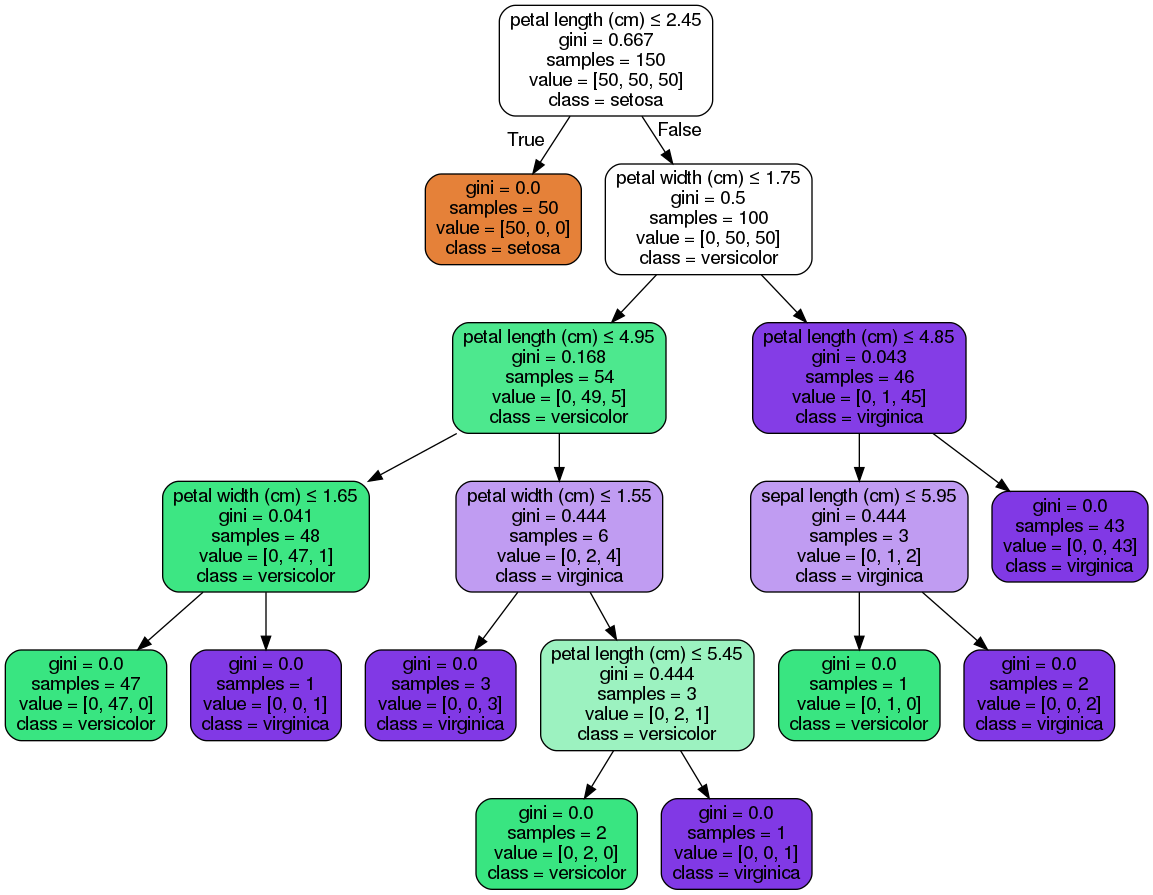
Earlier version of the Graphviz export 5 - Random Forests/iris_dt.png (erachelson/IntroML). Its source is kept beside it as 5 - Random Forests/iris_dt.dot. Its diagram source:
```dot
digraph Tree {
node [shape=box, style="filled, rounded", color="black", fontname=helvetica] ;
edge [fontname=helvetica] ;
0 [label=<petal length (cm) &le; 2.45<br/>gini = 0.667<br/>samples = 150<br/>value = [50, 50, 50]<br/>class = setosa>, fillcolor="#e5813900"] ;
1 [label=<gini = 0.0<br/>samples = 50<br/>value = [50, 0, 0]<br/>class = setosa>, fillcolor="#e58139ff"] ;
0 -> 1 [labeldistance=2.5, labelangle=45, headlabel="True"] ;
2 [label=<petal width (cm) &le; 1.75<br/>gini = 0.5<br/>samples = 100<br/>value = [0, 50, 50]<br/>class = versicolor>, fillcolor="#39e58100"] ;
0 -> 2 [labeldistance=2.5, labelangle=-45, headlabel="False"] ;
3 [label=<petal length (cm) &le; 4.95<br/>gini = 0.168<br/>samples = 54<br/>value = [0, 49, 5]<br/>class = versicolor>, fillcolor="#39e581e5"] ;
2 -> 3 ;
4 [label=<petal width (cm) &le; 1.65<br/>gini = 0.041<br/>samples = 48<br/>value = [0, 47, 1]<br/>class = versicolor>, fillcolor="#39e581fa"] ;
3 -> 4 ;
5 [label=<gini = 0.0<br/>samples = 47<br/>value = [0, 47, 0]<br/>class = versicolor>, fillcolor="#39e581ff"] ;
4 -> 5 ;
6 [label=<gini = 0.0<br/>samples = 1<br/>value = [0, 0, 1]<br/>class = virginica>, fillcolor="#8139e5ff"] ;
4 -> 6 ;
7 [label=<petal width (cm) &le; 1.55<br/>gini = 0.444<br/>samples = 6<br/>value = [0, 2, 4]<br/>class = virginica>, fillcolor="#8139e57f"] ;
3 -> 7 ;
8 [label=<gini = 0.0<br/>samples = 3<br/>value = [0, 0, 3]<br/>class = virginica>, fillcolor="#8139e5ff"] ;
7 -> 8 ;
9 [label=<petal length (cm) &le; 5.45<br/>gini = 0.444<br/>samples = 3<br/>value = [0, 2, 1]<br/>class = versicolor>, fillcolor="#39e5817f"] ;
7 -> 9 ;
10 [label=<gini = 0.0<br/>samples = 2<br/>value = [0, 2, 0]<br/>class = versicolor>, fillcolor="#39e581ff"] ;
9 -> 10 ;
11 [label=<gini = 0.0<br/>samples = 1<br/>value = [0, 0, 1]<br/>class = virginica>, fillcolor="#8139e5ff"] ;
9 -> 11 ;
12 [label=<petal length (cm) &le; 4.85<br/>gini = 0.043<br/>samples = 46<br/>value = [0, 1, 45]<br/>class = virginica>, fillcolor="#8139e5f9"] ;
2 -> 12 ;
13 [label=<sepal length (cm) &le; 5.95<br/>gini = 0.444<br/>samples = 3<br/>value = [0, 1, 2]<br/>class = virginica>, fillcolor="#8139e57f"] ;
12 -> 13 ;
14 [label=<gini = 0.0<br/>samples = 1<br/>value = [0, 1, 0]<br/>class = versicolor>, fillcolor="#39e581ff"] ;
13 -> 14 ;
15 [label=<gini = 0.0<br/>samples = 2<br/>value = [0, 0, 2]<br/>class = virginica>, fillcolor="#8139e5ff"] ;
13 -> 15 ;
16 [label=<gini = 0.0<br/>samples = 43<br/>value = [0, 0, 43]<br/>class = virginica>, fillcolor="#8139e5ff"] ;
12 -> 16 ;
}
```
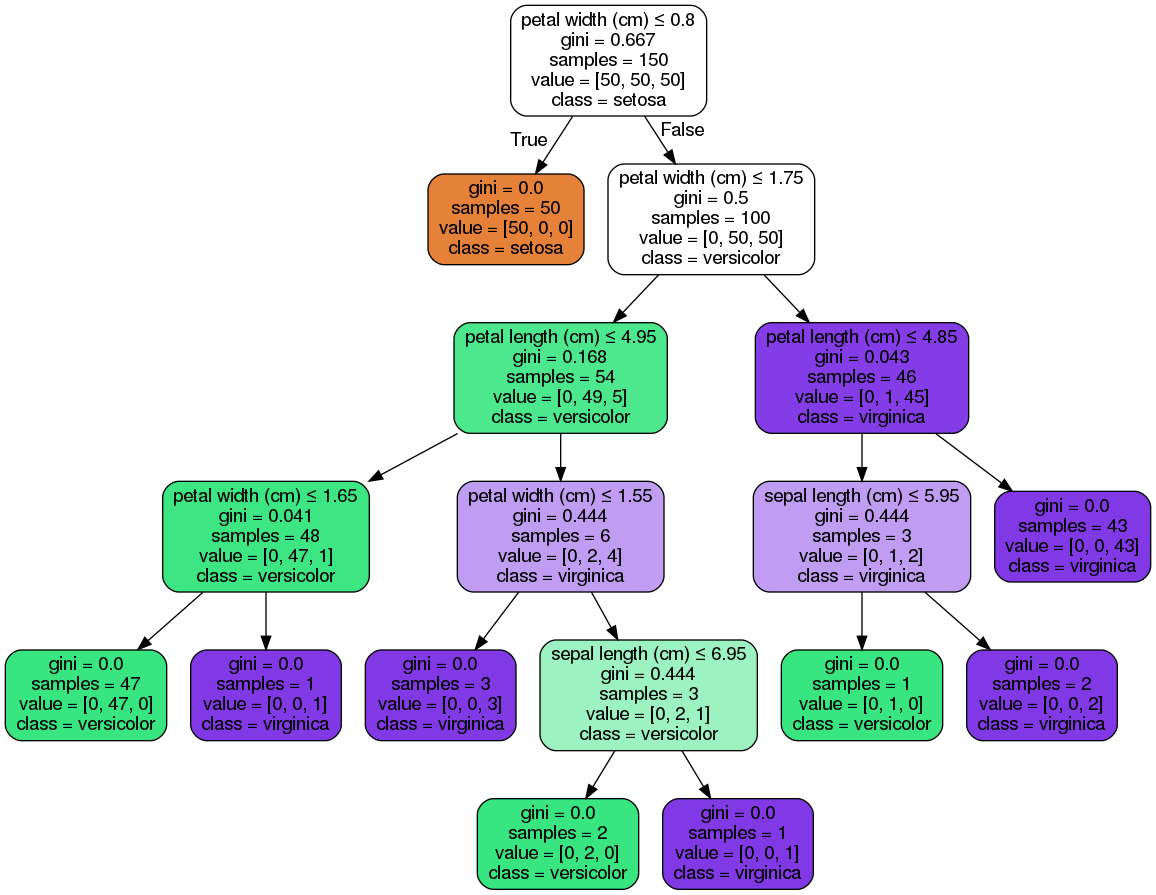
After the commit.

What changed in the source:
```diff
@@ -1,7 +1,7 @@
 digraph Tree {
 node [shape=box, style="filled, rounded", color="black", fontname=helvetica] ;
 edge [fontname=helvetica] ;
-0 [label=<petal length (cm) &le; 2.45<br/>gini = 0.667<br/>samples = 150<br/>value = [50, 50, 50]<br/>class = setosa>, fillcolor="#e5813900"] ;
+0 [label=<petal width (cm) &le; 0.8<br/>gini = 0.667<br/>samples = 150<br/>value = [50, 50, 50]<br/>class = setosa>, fillcolor="#e5813900"] ;
 1 [label=<gini = 0.0<br/>samples = 50<br/>value = [50, 0, 0]<br/>class = setosa>, fillcolor="#e58139ff"] ;
 0 -> 1 [labeldistance=2.5, labelangle=45, headlabel="True"] ;
 2 [label=<petal width (cm) &le; 1.75<br/>gini = 0.5<br/>samples = 100<br/>value = [0, 50, 50]<br/>class = versicolor>, fillcolor="#39e58100"] ;
@@ -18,7 +18,7 @@
 3 -> 7 ;
 8 [label=<gini = 0.0<br/>samples = 3<br/>value = [0, 0, 3]<br/>class = virginica>, fillcolor="#8139e5ff"] ;
 7 -> 8 ;
-9 [label=<petal length (cm) &le; 5.45<br/>gini = 0.444<br/>samples = 3<br/>value = [0, 2, 1]<br/>class = versicolor>, fillcolor="#39e5817f"] ;
+9 [label=<sepal length (cm) &le; 6.95<br/>gini = 0.444<br/>samples = 3<br/>value = [0, 2, 1]<br/>class = versicolor>, fillcolor="#39e5817f"] ;
 7 -> 9 ;
 10 [label=<gini = 0.0<br/>samples = 2<br/>value = [0, 2, 0]<br/>class = versicolor>, fillcolor="#39e581ff"] ;
 9 -> 10 ;
```
